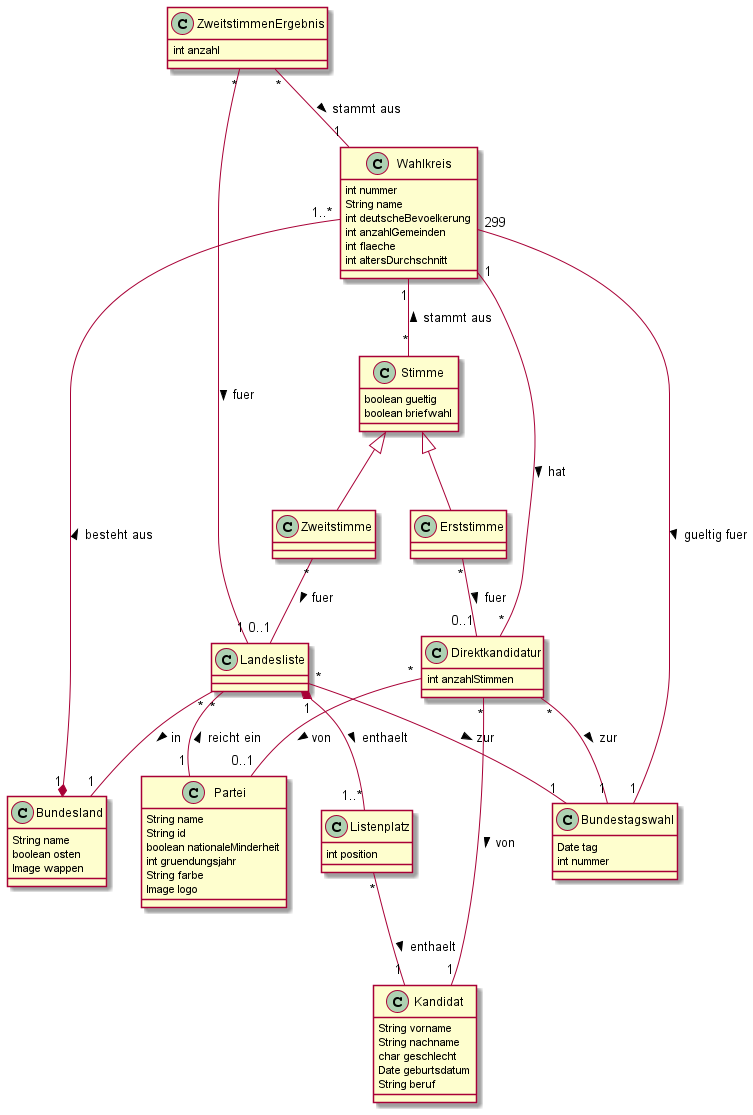
Above: Blatt3/Entwurf.png in Toemmsche/database-systems-project-mirror (PlantUML), before the change.
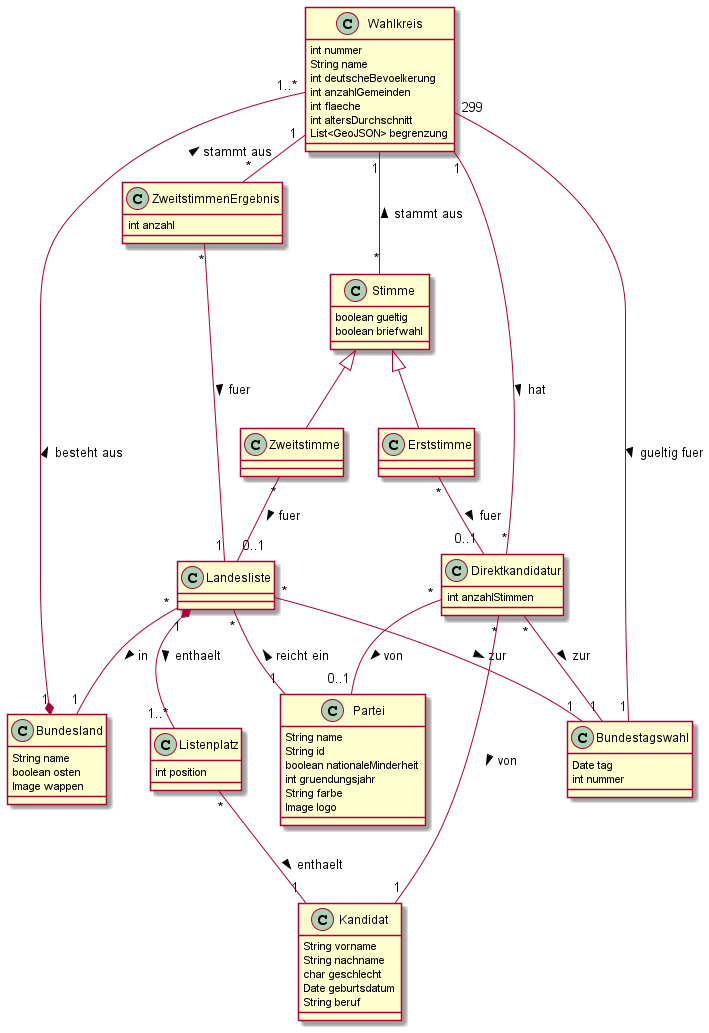
Later version of the same file.

The edit, as a diff of the source:
```diff
@@ -41,6 +41,7 @@
     int anzahlGemeinden
     int flaeche
     int altersDurchschnitt
+    List<GeoJSON> begrenzung
 }
 
 class ZweitstimmenErgebnis {
@@ -81,6 +82,6 @@
 Erststimme "*" -- "0..1" Direktkandidatur : fuer >
 Zweitstimme "*" -- "0..1" Landesliste : fuer >
 Stimme "*" -up- "1" Wahlkreis : stammt aus >
-ZweitstimmenErgebnis "*" -- "1" Wahlkreis : stammt aus >
+ZweitstimmenErgebnis "*" -left- "1" Wahlkreis : stammt aus >
 ZweitstimmenErgebnis "*" -- "1" Landesliste : fuer >
 @enduml
```
